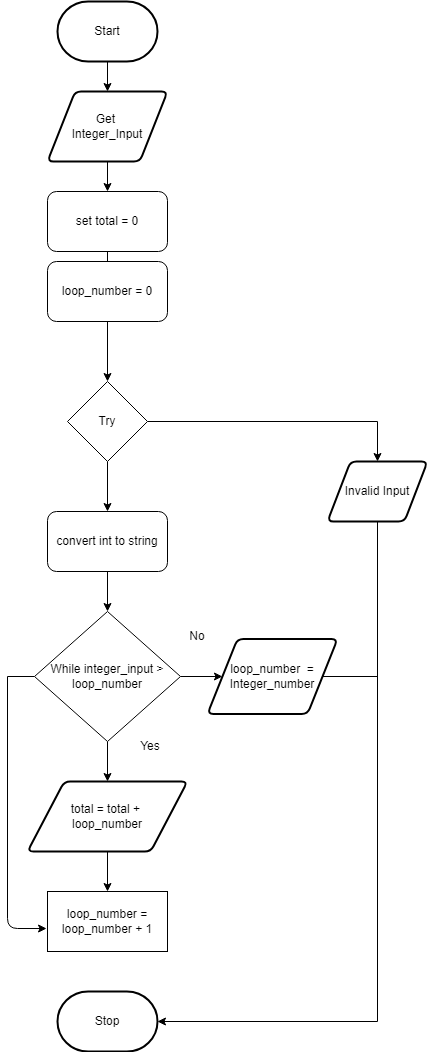
Above: FlowChart.png in JacksonNaufal/ICS3U-Unit4-01-Python (draw.io), before the change. Source tidied: cells renumbered, new cells last; positions are measured from the earlier drawing's top-left corner, leaving out a move shared by most shapes.
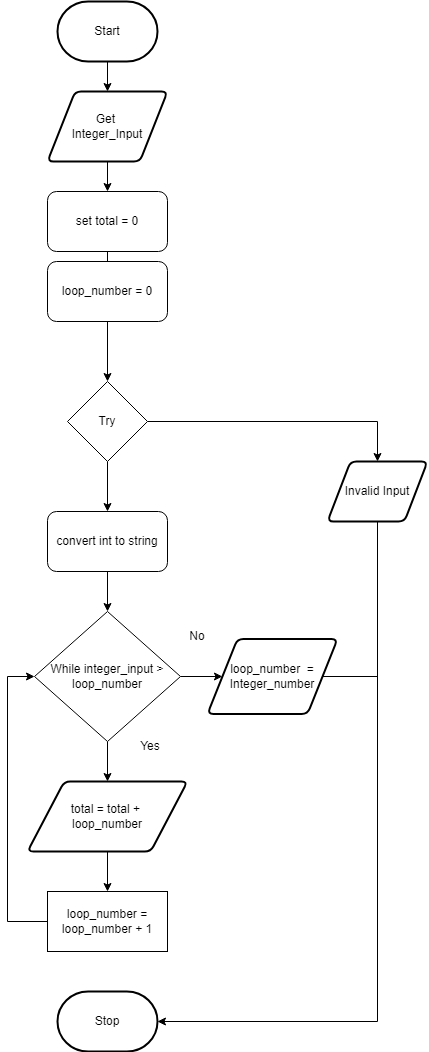
The same diagram one commit later.

Diff of the diagram source:
```diff
@@ -58,19 +58,6 @@
     <mxCell id="17" style="edgeStyle=none;rounded=0;html=1;" parent="1" edge="1" source="20" target="27">
       <mxGeometry relative="1" as="geometry" />
     </mxCell>
-    <mxCell id="18" style="edgeStyle=none;html=1;entryX=-0.008;entryY=0.617;entryDx=0;entryDy=0;entryPerimeter=0;" parent="1" edge="1" target="23">
-      <mxGeometry relative="1" as="geometry">
-        <mxPoint y="675" as="sourcePoint" />
-        <Array as="points">
-          <mxPoint y="927" />
-        </Array>
-      </mxGeometry>
-    </mxCell>
-    <mxCell id="19" style="edgeStyle=none;html=1;endArrow=none;endFill=0;" parent="1" edge="1" source="20">
-      <mxGeometry relative="1" as="geometry">
-        <mxPoint y="675" as="targetPoint" />
-      </mxGeometry>
-    </mxCell>
     <mxCell id="20" value="While integer_input &amp;gt; loop_number" style="rhombus;whiteSpace=wrap;html=1;" parent="1" vertex="1">
       <mxGeometry x="27" y="610" width="146" height="130" as="geometry" />
     </mxCell>
@@ -80,6 +67,14 @@
     <mxCell id="22" value="total = total + &lt;br&gt;loop_number" style="shape=parallelogram;html=1;strokeWidth=2;perimeter=parallelogramPerimeter;whiteSpace=wrap;rounded=1;arcSize=12;size=0.23;" parent="1" vertex="1">
       <mxGeometry x="20" y="780" width="160" height="70" as="geometry" />
     </mxCell>
+    <mxCell id="30" style="edgeStyle=none;html=1;entryX=0;entryY=0.5;entryDx=0;entryDy=0;rounded=0;" parent="1" edge="1" source="23" target="20">
+      <mxGeometry relative="1" as="geometry">
+        <Array as="points">
+          <mxPoint y="920" />
+          <mxPoint y="675" />
+        </Array>
+      </mxGeometry>
+    </mxCell>
     <mxCell id="23" value="loop_number = loop_number + 1" style="rounded=0;whiteSpace=wrap;html=1;" parent="1" vertex="1">
       <mxGeometry x="40" y="890" width="120" height="60" as="geometry" />
     </mxCell>
```
